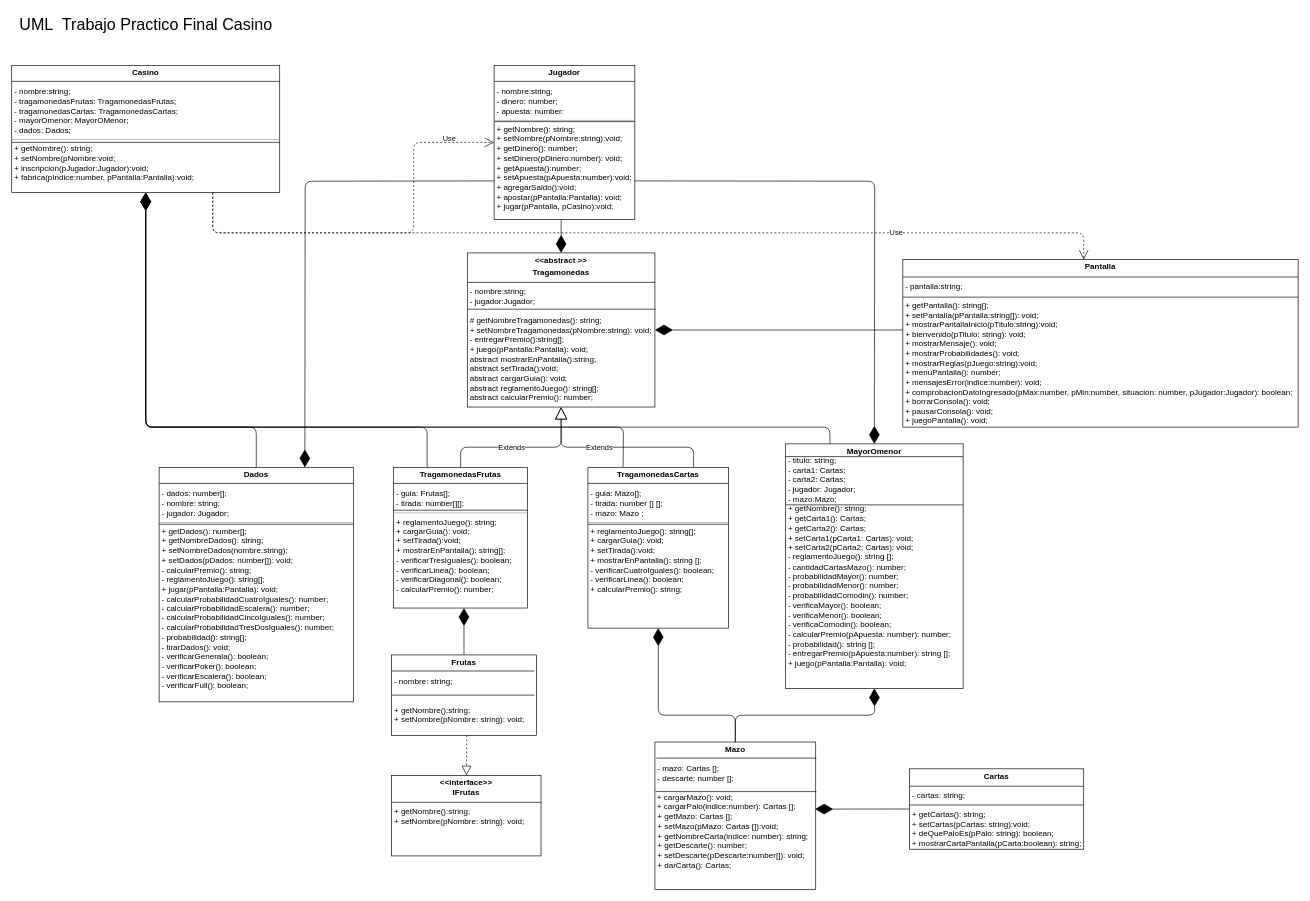
Above: UmlCasino.dio(1).drawio in juanjocurutchet/TP_IntegradorCasino_GrupoMurcielagos (draw.io), before the change. Source tidied: cells renumbered, new cells numbered last; positions are measured from the earlier drawing's top-left corner, leaving out a move shared by most shapes. Both pictures are drawn from the tidied source at 67%, with x=0, y=0 at pixel (11, 11).
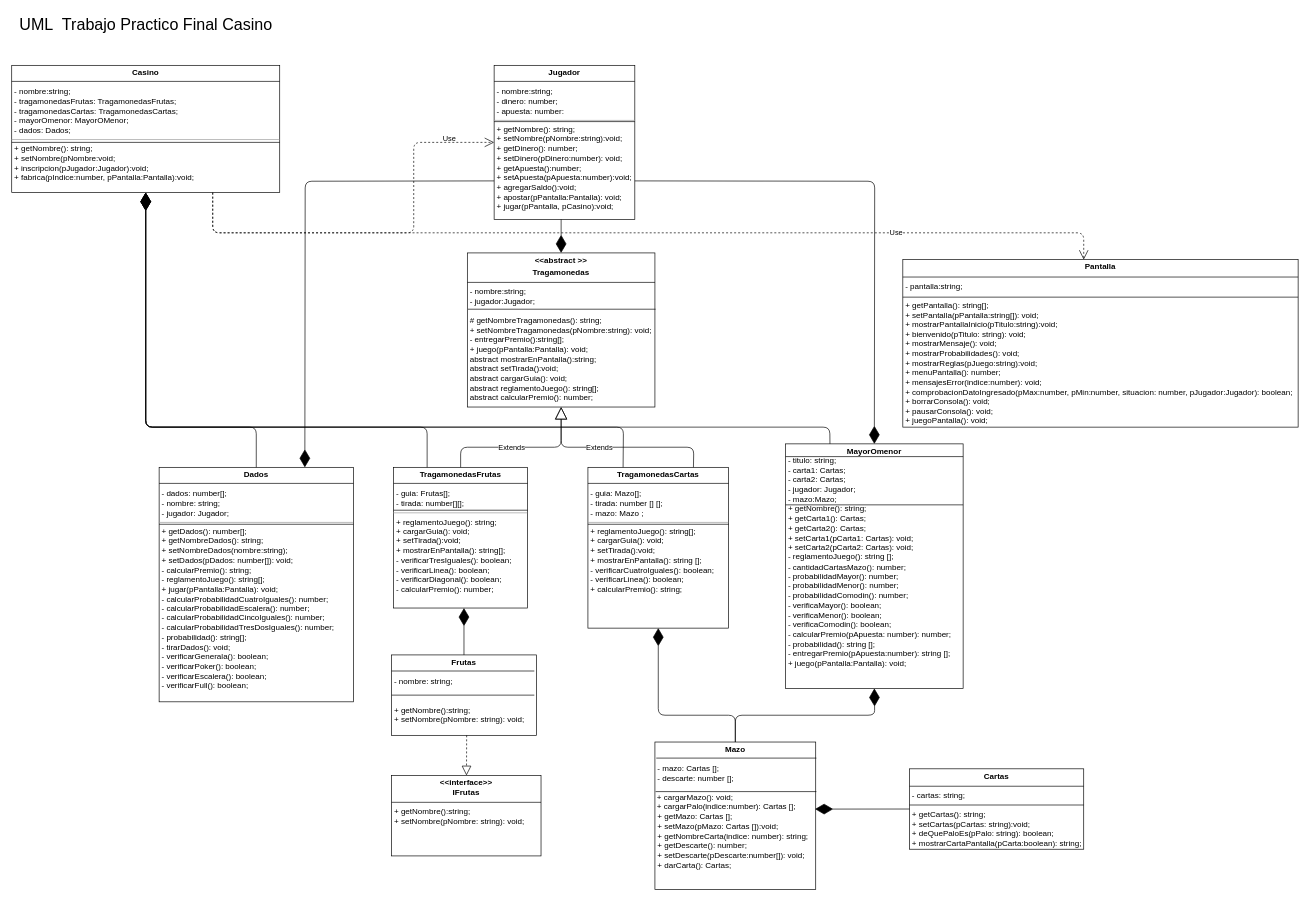
The same diagram, later.

Commit message:
Cambio UML olvidado

Unchanged cells that the change refers to:
```xml
<mxCell id="6" value="&lt;p style=&quot;margin:0px;margin-top:4px;text-align:center;&quot;&gt;&lt;b&gt;&amp;lt;&amp;lt;abstract &amp;gt;&amp;gt;&lt;br&gt;&lt;/b&gt;&lt;/p&gt;&lt;p style=&quot;margin:0px;margin-top:4px;text-align:center;&quot;&gt;&lt;b&gt;Tragamonedas&lt;/b&gt;&lt;/p&gt;&lt;p style=&quot;margin:0px;margin-left:4px;&quot;&gt;&lt;br&gt;&lt;/p&gt;&lt;p style=&quot;margin:0px;margin-left:4px;&quot;&gt;- nombre:string;&lt;/p&gt;&lt;p style=&quot;margin:0px;margin-left:4px;&quot;&gt;- jugador:Jugador;&lt;/p&gt;&lt;p style=&quot;margin:0px;margin-left:4px;&quot;&gt;&lt;br&gt;&lt;/p&gt;&lt;p style=&quot;margin:0px;margin-left:4px;&quot;&gt;&lt;/p&gt;&lt;p style=&quot;margin:0px;margin-left:4px;&quot;&gt;# getNombreTragamonedas(): string;&lt;/p&gt;&lt;p style=&quot;margin:0px;margin-left:4px;&quot;&gt;+ setNombreTragamonedas(pNombre:string): void;&lt;/p&gt;&lt;p style=&quot;margin:0px;margin-left:4px;&quot;&gt;- entregarPremio():string[];&lt;/p&gt;&lt;p style=&quot;margin:0px;margin-left:4px;&quot;&gt;+ juego(pPantalla:Pantalla): void;&lt;/p&gt;&lt;p style=&quot;margin:0px;margin-left:4px;&quot;&gt;abstract mostrarEnPantalla():string;&lt;/p&gt;&lt;p style=&quot;margin:0px;margin-left:4px;&quot;&gt;abstract setTirada():void;&lt;/p&gt;&lt;p style=&quot;margin:0px;margin-left:4px;&quot;&gt;abstract cargarGuia(): void;&lt;/p&gt;&lt;p style=&quot;margin:0px;margin-left:4px;&quot;&gt;abstract reglamentoJuego(): string[];&lt;/p&gt;&lt;p style=&quot;margin:0px;margin-left:4px;&quot;&gt;abstract calcularPremio(): number;&lt;/p&gt;&lt;p style=&quot;margin:0px;margin-left:4px;&quot;&gt;&lt;br&gt;&lt;/p&gt;" style="verticalAlign=top;align=left;overflow=fill;fontSize=12;fontFamily=Helvetica;html=1;fillStyle=solid;fillColor=none;" parent="1" vertex="1">
  <mxGeometry x="680" y="360" width="280" height="230" as="geometry" />
</mxCell>
<mxCell id="21" value="&lt;p style=&quot;margin:0px;margin-top:4px;text-align:center;&quot;&gt;&lt;b&gt;Pantalla&lt;/b&gt;&lt;/p&gt;&lt;p style=&quot;margin:0px;margin-left:4px;&quot;&gt;&lt;br&gt;&lt;/p&gt;&lt;p style=&quot;margin:0px;margin-left:4px;&quot;&gt;- pantalla:string;&lt;/p&gt;&lt;p style=&quot;margin:0px;margin-left:4px;&quot;&gt;&lt;/p&gt;&lt;p style=&quot;margin:0px;margin-left:4px;&quot;&gt;&lt;br&gt;&lt;/p&gt;&lt;p style=&quot;margin:0px;margin-left:4px;&quot;&gt;+ getPantalla(): string[];&lt;/p&gt;&lt;p style=&quot;margin:0px;margin-left:4px;&quot;&gt;+ setPantalla(pPantalla:string[]): void;&lt;/p&gt;&lt;p style=&quot;margin:0px;margin-left:4px;&quot;&gt;+ mostrarPantallaInicio(pTitulo:string):void;&lt;/p&gt;&lt;p style=&quot;margin:0px;margin-left:4px;&quot;&gt;+ bienvenido(pTitulo: string): void;&lt;/p&gt;&lt;p style=&quot;margin:0px;margin-left:4px;&quot;&gt;+ mostrarMensaje(): void;&lt;/p&gt;&lt;p style=&quot;margin:0px;margin-left:4px;&quot;&gt;+ mostrarProbabilidades(): void;&lt;/p&gt;&lt;p style=&quot;margin:0px;margin-left:4px;&quot;&gt;+ mostrarReglas(pJuego:string):void;&lt;/p&gt;&lt;p style=&quot;margin:0px;margin-left:4px;&quot;&gt;+ menuPantalla(): number;&lt;/p&gt;&lt;p style=&quot;margin:0px;margin-left:4px;&quot;&gt;+ mensajesError(indice:number): void;&lt;/p&gt;&lt;p style=&quot;margin:0px;margin-left:4px;&quot;&gt;+ comprobacionDatoIngresado(pMax:number, pMin:number, situacion: number, pJugador:Jugador): boolean;&lt;/p&gt;&lt;p style=&quot;margin:0px;margin-left:4px;&quot;&gt;+ borrarConsola(): void;&lt;/p&gt;&lt;p style=&quot;margin:0px;margin-left:4px;&quot;&gt;+ pausarConsola(): void;&lt;/p&gt;&lt;p style=&quot;margin:0px;margin-left:4px;&quot;&gt;+ juegoPantalla(): void;&lt;/p&gt;" style="verticalAlign=top;align=left;overflow=fill;fontSize=12;fontFamily=Helvetica;html=1;fillStyle=solid;fillColor=none;" parent="1" vertex="1">
  <mxGeometry x="1330" y="370" width="590" height="250" as="geometry" />
</mxCell>
```

Change to the diagram source:
```diff
@@
-    <mxCell id="22" style="endArrow=diamondThin;endFill=1;endSize=24;html=1;exitX=0;exitY=0.42;exitDx=0;exitDy=0;entryX=1;entryY=0.5;entryDx=0;entryDy=0;exitPerimeter=0;" parent="1" edge="1" source="21" target="6">
-      <mxGeometry relative="1" as="geometry" />
-    </mxCell>
```
